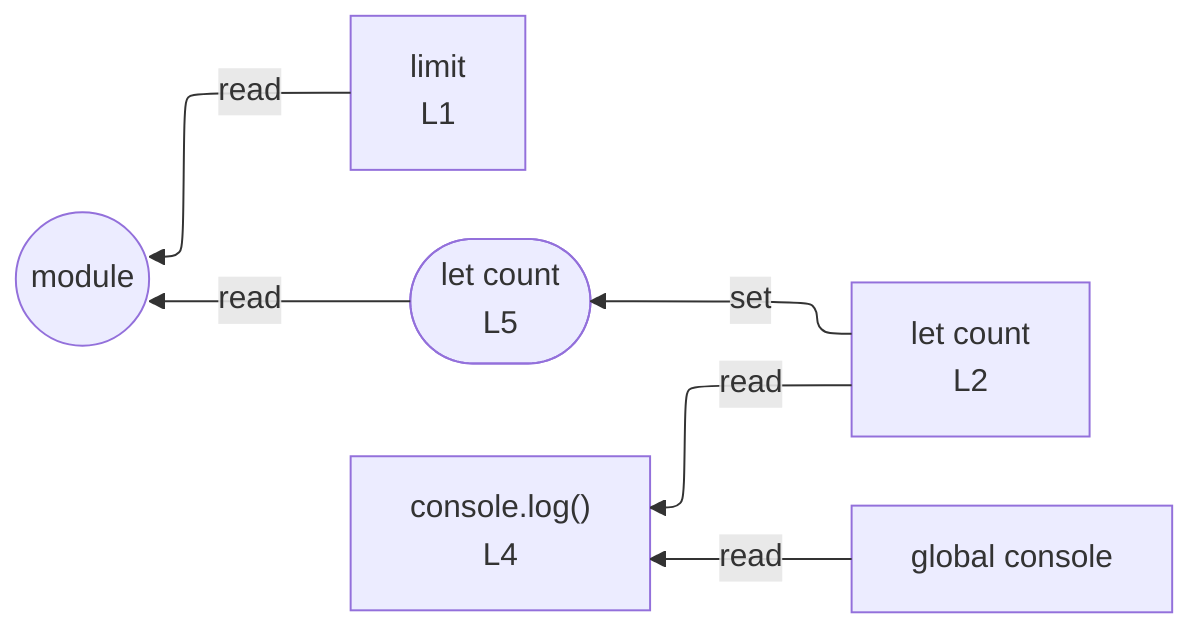
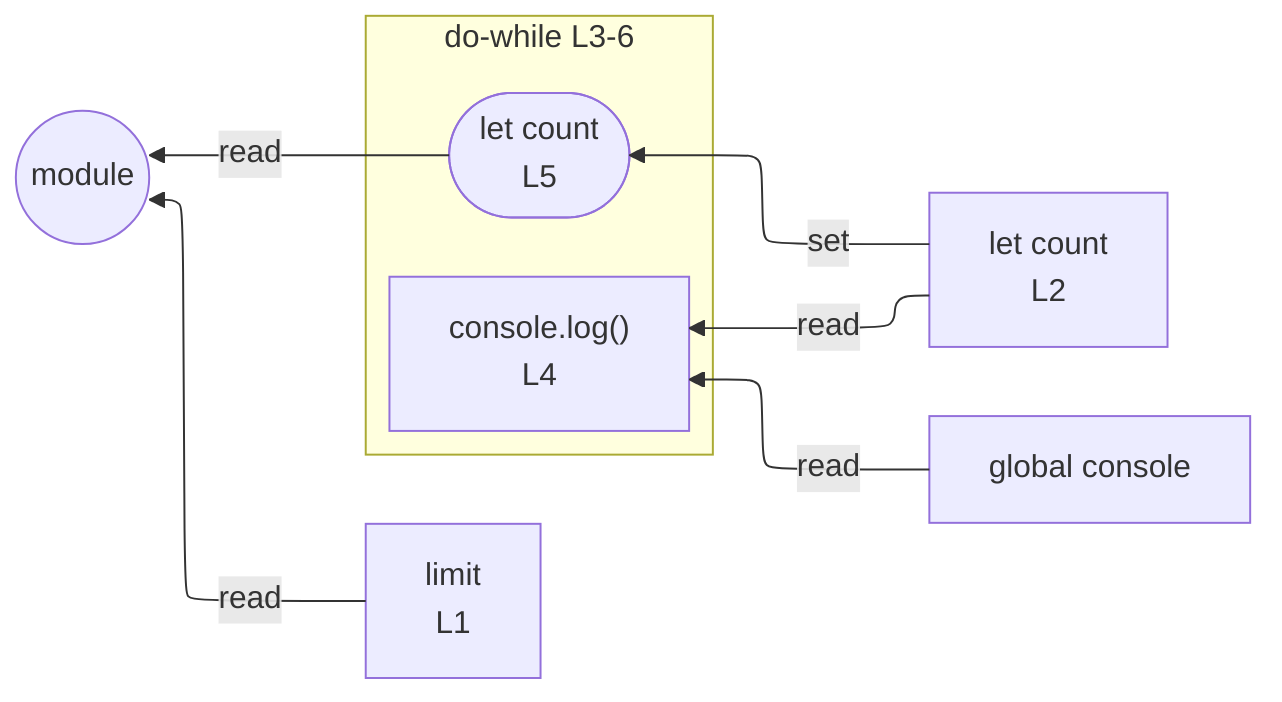
%%{init: {"flowchart": {"defaultRenderer": "elk"}}}%%
flowchart RL
  n_scope_0_limit_6["limit<br/>L1"]
  n_scope_0_count_22["let count<br/>L2"]
  n_scope_0_console_40["global console"]
-   wr_ref_2(["let count<br/>L5"])
+   subgraph s_scope_1["do-while L3-6"]
+     direction RL
+     wr_ref_2(["let count<br/>L5"])
+     expr_stmt_40["console.log()<br/>L4"]
+   end
  n_scope_0_count_22 -->|set| wr_ref_2
  n_scope_0_console_40 -->|read| expr_stmt_40
  n_scope_0_count_22 -->|read| expr_stmt_40
  wr_ref_2 -->|read| module_root
  n_scope_0_limit_6 -->|read| module_root
-   expr_stmt_40["console.log()<br/>L4"]
  module_root((module))
